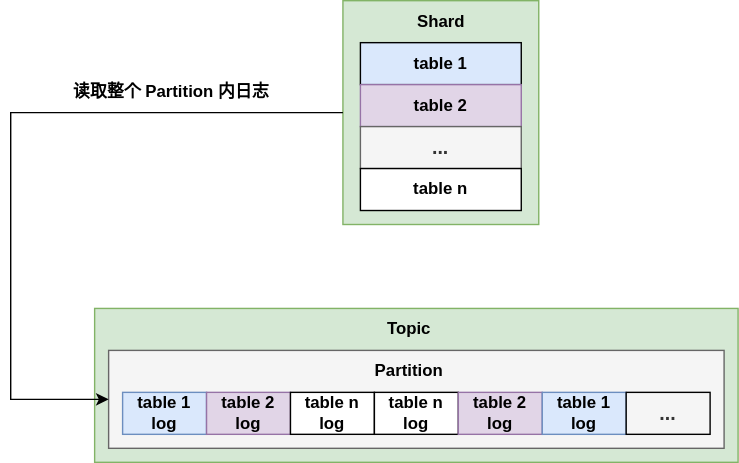
The draw.io diagram posts/release-v1.2.4/kafkashard.drawio.svg in CeresDB/community, before a commit. Source tidied: cells renumbered, new cells last; positions are measured from the earlier drawing's top-left corner, leaving out a move shared by most shapes.
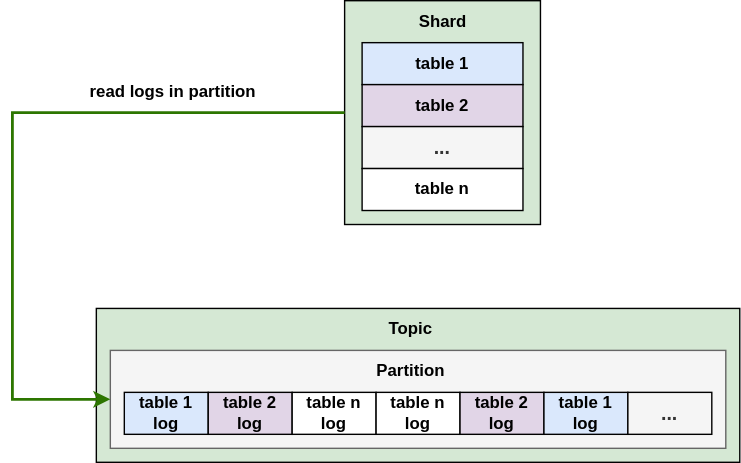
The same file after the commit.

Change to the diagram source:
```diff
@@ -2,31 +2,31 @@
   <root>
     <mxCell id="0" />
     <mxCell id="1" parent="0" />
-    <mxCell id="2" style="rounded=0;whiteSpace=wrap;html=1;fillColor=#d5e8d4;strokeColor=#82b366;fontStyle=1;" parent="1" vertex="1">
+    <mxCell id="2" style="rounded=0;whiteSpace=wrap;html=1;fillColor=#d5e8d4;strokeColor=#000000;fontStyle=1;" parent="1" vertex="1">
       <mxGeometry x="237.5" width="140" height="160" as="geometry" />
     </mxCell>
-    <mxCell id="3" style="rounded=0;whiteSpace=wrap;html=1;fillColor=#d5e8d4;strokeColor=#82b366;fontStyle=1;" parent="1" vertex="1">
+    <mxCell id="3" style="rounded=0;whiteSpace=wrap;html=1;fillColor=#d5e8d4;strokeColor=#000000;fontStyle=1;" parent="1" vertex="1">
       <mxGeometry x="60" y="220" width="460" height="110" as="geometry" />
     </mxCell>
     <mxCell id="4" style="rounded=0;whiteSpace=wrap;html=1;fillColor=#f5f5f5;strokeColor=#666666;fontColor=#333333;fontStyle=1;" parent="1" vertex="1">
       <mxGeometry x="70" y="250" width="440" height="70" as="geometry" />
     </mxCell>
-    <mxCell id="5" value="table 1 log" style="rounded=0;whiteSpace=wrap;html=1;labelBackgroundColor=none;fillColor=#dae8fc;strokeColor=#6c8ebf;fontStyle=1;" parent="1" vertex="1">
+    <mxCell id="5" value="table 1 log" style="rounded=0;whiteSpace=wrap;html=1;labelBackgroundColor=none;fillColor=#dae8fc;strokeColor=#000000;fontStyle=1;" parent="1" vertex="1">
       <mxGeometry x="80" y="280" width="60" height="30" as="geometry" />
     </mxCell>
-    <mxCell id="6" value="table 2 log" style="rounded=0;whiteSpace=wrap;html=1;labelBackgroundColor=none;fillColor=#e1d5e7;strokeColor=#9673a6;fontStyle=1;" parent="1" vertex="1">
+    <mxCell id="6" value="table 2 log" style="rounded=0;whiteSpace=wrap;html=1;labelBackgroundColor=none;fillColor=#e1d5e7;strokeColor=#000000;fontStyle=1;" parent="1" vertex="1">
       <mxGeometry x="140" y="280" width="60" height="30" as="geometry" />
     </mxCell>
-    <mxCell id="7" value="table n log" style="rounded=0;whiteSpace=wrap;html=1;labelBackgroundColor=none;fontStyle=1;" parent="1" vertex="1">
+    <mxCell id="7" value="table n log" style="rounded=0;whiteSpace=wrap;html=1;labelBackgroundColor=none;fontStyle=1;strokeColor=#000000;" parent="1" vertex="1">
       <mxGeometry x="200" y="280" width="60" height="30" as="geometry" />
     </mxCell>
-    <mxCell id="8" value="table n log" style="rounded=0;whiteSpace=wrap;html=1;labelBackgroundColor=none;fontStyle=1;" parent="1" vertex="1">
+    <mxCell id="8" value="table n log" style="rounded=0;whiteSpace=wrap;html=1;labelBackgroundColor=none;fontStyle=1;strokeColor=#000000;" parent="1" vertex="1">
       <mxGeometry x="260" y="280" width="60" height="30" as="geometry" />
     </mxCell>
-    <mxCell id="9" value="table 2 log" style="rounded=0;whiteSpace=wrap;html=1;labelBackgroundColor=none;fillColor=#e1d5e7;strokeColor=#9673a6;fontStyle=1;" parent="1" vertex="1">
+    <mxCell id="9" value="table 2 log" style="rounded=0;whiteSpace=wrap;html=1;labelBackgroundColor=none;fillColor=#e1d5e7;strokeColor=#000000;fontStyle=1;" parent="1" vertex="1">
       <mxGeometry x="320" y="280" width="60" height="30" as="geometry" />
     </mxCell>
-    <mxCell id="10" value="table 1 log" style="rounded=0;whiteSpace=wrap;html=1;labelBackgroundColor=none;fillColor=#dae8fc;strokeColor=#6c8ebf;fontStyle=1;" parent="1" vertex="1">
+    <mxCell id="10" value="table 1 log" style="rounded=0;whiteSpace=wrap;html=1;labelBackgroundColor=none;fillColor=#dae8fc;strokeColor=#000000;fontStyle=1;" parent="1" vertex="1">
       <mxGeometry x="380" y="280" width="60" height="30" as="geometry" />
     </mxCell>
     <mxCell id="11" value="&lt;span&gt;&lt;font style=&quot;font-size: 14px;&quot;&gt;...&lt;/font&gt;&lt;/span&gt;" style="rounded=0;whiteSpace=wrap;html=1;labelBackgroundColor=none;fillColor=#f5f5f5;strokeColor=#000000;fontColor=#333333;fontStyle=1;" parent="1" vertex="1">
@@ -38,10 +38,10 @@
     <mxCell id="13" value="Topic" style="text;html=1;strokeColor=none;fillColor=none;align=center;verticalAlign=middle;whiteSpace=wrap;rounded=0;fontStyle=1;" parent="1" vertex="1">
       <mxGeometry x="255" y="220" width="60" height="30" as="geometry" />
     </mxCell>
-    <mxCell id="14" value="读取整个 Partition 内日志" style="text;html=1;strokeColor=none;fillColor=none;align=center;verticalAlign=middle;whiteSpace=wrap;rounded=0;fontStyle=1;" parent="1" vertex="1">
+    <mxCell id="14" value="read logs in partition" style="text;html=1;strokeColor=none;fillColor=none;align=center;verticalAlign=middle;whiteSpace=wrap;rounded=0;fontStyle=1;" parent="1" vertex="1">
       <mxGeometry x="40" y="50" width="150" height="30" as="geometry" />
     </mxCell>
-    <mxCell id="15" style="edgeStyle=orthogonalEdgeStyle;rounded=0;jettySize=auto;html=1;exitX=0;exitY=0.5;exitDx=0;exitDy=0;entryX=0;entryY=0.5;entryDx=0;entryDy=0;fontStyle=1;" parent="1" edge="1" source="2" target="4">
+    <mxCell id="15" style="edgeStyle=orthogonalEdgeStyle;rounded=0;jettySize=auto;html=1;exitX=0;exitY=0.5;exitDx=0;exitDy=0;entryX=0;entryY=0.5;entryDx=0;entryDy=0;fontStyle=1;fillColor=#60a917;strokeColor=#2D7600;strokeWidth=2;" parent="1" edge="1" source="2" target="4">
       <mxGeometry relative="1" as="geometry">
         <Array as="points">
           <mxPoint y="80" />
@@ -52,13 +52,13 @@
     <mxCell id="16" value="table 1" style="rounded=0;whiteSpace=wrap;html=1;fillColor=#dae8fc;strokeColor=#000000;fontStyle=1;" parent="1" vertex="1">
       <mxGeometry x="250" y="30" width="115" height="30" as="geometry" />
     </mxCell>
-    <mxCell id="17" value="table 2" style="rounded=0;whiteSpace=wrap;html=1;fillColor=#e1d5e7;strokeColor=#9673a6;fontStyle=1;" parent="1" vertex="1">
+    <mxCell id="17" value="table 2" style="rounded=0;whiteSpace=wrap;html=1;fillColor=#e1d5e7;strokeColor=#000000;fontStyle=1;" parent="1" vertex="1">
       <mxGeometry x="250" y="60" width="115" height="30" as="geometry" />
     </mxCell>
-    <mxCell id="18" value="&lt;font style=&quot;font-size: 14px;&quot;&gt;&lt;span&gt;...&lt;/span&gt;&lt;/font&gt;" style="rounded=0;whiteSpace=wrap;html=1;fillColor=#f5f5f5;strokeColor=#666666;fontColor=#333333;fontStyle=1;" parent="1" vertex="1">
+    <mxCell id="18" value="&lt;font style=&quot;font-size: 14px;&quot;&gt;&lt;span&gt;...&lt;/span&gt;&lt;/font&gt;" style="rounded=0;whiteSpace=wrap;html=1;fillColor=#f5f5f5;strokeColor=#000000;fontColor=#333333;fontStyle=1;" parent="1" vertex="1">
       <mxGeometry x="250" y="90" width="115" height="30" as="geometry" />
     </mxCell>
-    <mxCell id="19" value="table n" style="rounded=0;whiteSpace=wrap;html=1;fontStyle=1;" parent="1" vertex="1">
+    <mxCell id="19" value="table n" style="rounded=0;whiteSpace=wrap;html=1;fontStyle=1;strokeColor=#000000;" parent="1" vertex="1">
       <mxGeometry x="250" y="120" width="115" height="30" as="geometry" />
     </mxCell>
     <mxCell id="20" value="Shard" style="text;html=1;strokeColor=none;fillColor=none;align=center;verticalAlign=middle;whiteSpace=wrap;rounded=0;fontStyle=1;" parent="1" vertex="1">
```
